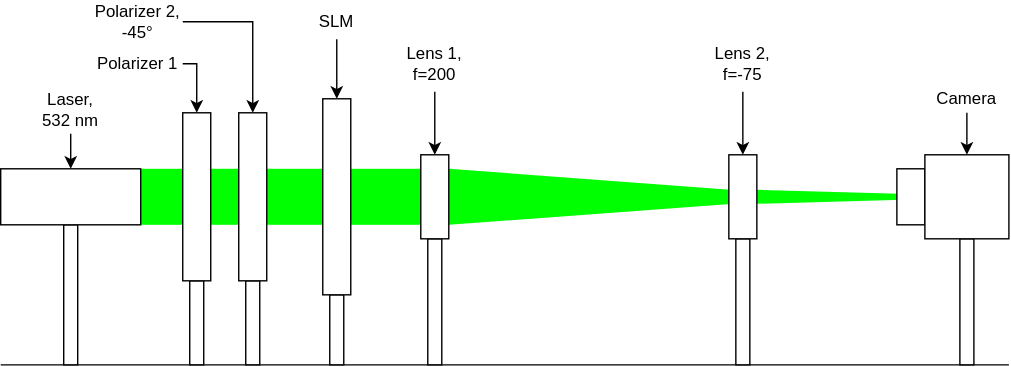
Above: documentation/images/setup.svg in nbaehler/mask-designer (draw.io), before the change. Source tidied: cells renumbered, new cells last; positions are measured from the earlier drawing's top-left corner, leaving out a move shared by most shapes.
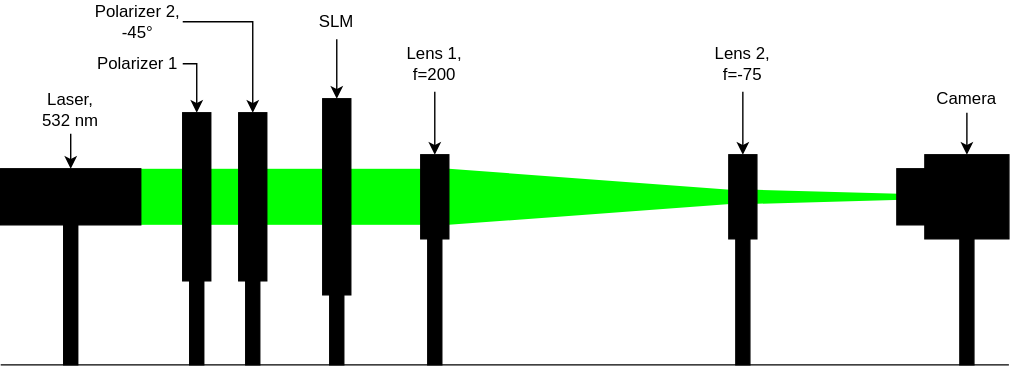
The same file after the commit.

Change to the diagram source:
```diff
@@ -20,25 +20,22 @@
     <mxCell id="6" style="rounded=0;whiteSpace=wrap;html=1;strokeColor=none;fillColor=#00FF00;" parent="1" vertex="1">
       <mxGeometry x="190" y="120" width="40" height="40" as="geometry" />
     </mxCell>
-    <mxCell id="7" style="rounded=0;whiteSpace=wrap;html=1;fillColor=default;" parent="1" vertex="1">
+    <mxCell id="7" style="rounded=0;whiteSpace=wrap;html=1;fillColor=#000000;" parent="1" vertex="1">
       <mxGeometry x="45" y="160" width="10" height="100" as="geometry" />
     </mxCell>
-    <mxCell id="8" style="rounded=0;whiteSpace=wrap;html=1;fillColor=default;" parent="1" vertex="1">
+    <mxCell id="8" style="rounded=0;whiteSpace=wrap;html=1;fillColor=#000000;" parent="1" vertex="1">
       <mxGeometry x="135" y="200" width="10" height="60" as="geometry" />
     </mxCell>
-    <mxCell id="9" style="rounded=0;whiteSpace=wrap;html=1;fillColor=default;" parent="1" vertex="1">
+    <mxCell id="9" style="rounded=0;whiteSpace=wrap;html=1;fillColor=#000000;" parent="1" vertex="1">
       <mxGeometry x="175" y="200" width="10" height="60" as="geometry" />
     </mxCell>
-    <mxCell id="10" style="rounded=0;whiteSpace=wrap;html=1;fillColor=default;" parent="1" vertex="1">
+    <mxCell id="10" style="rounded=0;whiteSpace=wrap;html=1;fillColor=#000000;" parent="1" vertex="1">
       <mxGeometry x="235" y="210" width="10" height="50" as="geometry" />
     </mxCell>
-    <mxCell id="11" style="rounded=0;whiteSpace=wrap;html=1;fillColor=default;" parent="1" vertex="1">
-      <mxGeometry x="685" y="170" width="10" height="90" as="geometry" />
-    </mxCell>
-    <mxCell id="12" style="rounded=0;whiteSpace=wrap;html=1;fillColor=default;" parent="1" vertex="1">
+    <mxCell id="12" style="rounded=0;whiteSpace=wrap;html=1;fillColor=#000000;" parent="1" vertex="1">
       <mxGeometry x="305" y="170" width="10" height="90" as="geometry" />
     </mxCell>
-    <mxCell id="13" style="rounded=0;whiteSpace=wrap;html=1;fillColor=default;" parent="1" vertex="1">
+    <mxCell id="13" style="rounded=0;whiteSpace=wrap;html=1;fillColor=#000000;" parent="1" vertex="1">
       <mxGeometry x="525" y="170" width="10" height="90" as="geometry" />
     </mxCell>
     <mxCell id="14" style="rounded=0;whiteSpace=wrap;html=1;strokeColor=none;fillColor=#00FF00;" parent="1" vertex="1">
@@ -83,25 +80,22 @@
     <mxCell id="27" value="&lt;div&gt;Lens 2,&lt;/div&gt;&lt;div&gt;f=-75&lt;br&gt;&lt;/div&gt;" style="text;html=1;strokeColor=none;fillColor=none;align=center;verticalAlign=middle;whiteSpace=wrap;rounded=0;" parent="1" vertex="1">
       <mxGeometry x="500" y="25" width="60" height="40" as="geometry" />
     </mxCell>
-    <mxCell id="28" style="rounded=0;whiteSpace=wrap;html=1;fillColor=default;" parent="1" vertex="1">
+    <mxCell id="28" style="rounded=0;whiteSpace=wrap;html=1;fillColor=#000000;" parent="1" vertex="1">
       <mxGeometry x="130" y="80" width="20" height="120" as="geometry" />
     </mxCell>
-    <mxCell id="29" style="rounded=0;whiteSpace=wrap;html=1;fillColor=default;" parent="1" vertex="1">
+    <mxCell id="29" style="rounded=0;whiteSpace=wrap;html=1;fillColor=#000000;" parent="1" vertex="1">
       <mxGeometry x="170" y="80" width="20" height="120" as="geometry" />
     </mxCell>
-    <mxCell id="30" style="rounded=0;whiteSpace=wrap;html=1;fillColor=default;" parent="1" vertex="1">
+    <mxCell id="30" style="rounded=0;whiteSpace=wrap;html=1;fillColor=#000000;" parent="1" vertex="1">
       <mxGeometry x="230" y="70" width="20" height="140" as="geometry" />
     </mxCell>
-    <mxCell id="31" style="rounded=0;whiteSpace=wrap;html=1;fillColor=default;" parent="1" vertex="1">
+    <mxCell id="31" style="rounded=0;whiteSpace=wrap;html=1;fillColor=#000000;" parent="1" vertex="1">
       <mxGeometry x="300" y="110" width="20" height="60" as="geometry" />
     </mxCell>
-    <mxCell id="32" style="rounded=0;whiteSpace=wrap;html=1;fillColor=default;" parent="1" vertex="1">
-      <mxGeometry x="640" y="120" width="20" height="40" as="geometry" />
-    </mxCell>
-    <mxCell id="33" style="rounded=0;whiteSpace=wrap;html=1;fillColor=default;" parent="1" vertex="1">
+    <mxCell id="33" style="rounded=0;whiteSpace=wrap;html=1;fillColor=#000000;" parent="1" vertex="1">
       <mxGeometry x="660" y="110" width="60" height="60" as="geometry" />
     </mxCell>
-    <mxCell id="34" style="rounded=0;whiteSpace=wrap;html=1;fillColor=default;" parent="1" vertex="1">
+    <mxCell id="34" style="rounded=0;whiteSpace=wrap;html=1;fillColor=#000000;" parent="1" vertex="1">
       <mxGeometry y="120" width="100" height="40" as="geometry" />
     </mxCell>
     <mxCell id="35" style="edgeStyle=orthogonalEdgeStyle;rounded=0;jettySize=auto;html=1;" parent="1" edge="1" source="36" target="33">
@@ -110,8 +104,14 @@
     <mxCell id="36" value="Camera" style="text;html=1;strokeColor=none;fillColor=none;align=center;verticalAlign=middle;whiteSpace=wrap;rounded=0;" parent="1" vertex="1">
       <mxGeometry x="660" y="60" width="60" height="20" as="geometry" />
     </mxCell>
-    <mxCell id="37" style="rounded=0;whiteSpace=wrap;html=1;fillColor=default;fillOpacity=100;" parent="1" vertex="1">
+    <mxCell id="37" style="rounded=0;whiteSpace=wrap;html=1;fillColor=#000000;fillOpacity=100;" parent="1" vertex="1">
       <mxGeometry x="520" y="110" width="20" height="60" as="geometry" />
     </mxCell>
+    <mxCell id="38" style="rounded=0;whiteSpace=wrap;html=1;fillColor=#000000;" parent="1" vertex="1">
+      <mxGeometry x="640" y="120" width="20" height="40" as="geometry" />
+    </mxCell>
+    <mxCell id="39" style="rounded=0;whiteSpace=wrap;html=1;fillColor=#000000;" parent="1" vertex="1">
+      <mxGeometry x="685" y="170" width="10" height="90" as="geometry" />
+    </mxCell>
   </root>
 </mxGraphModel>
```
